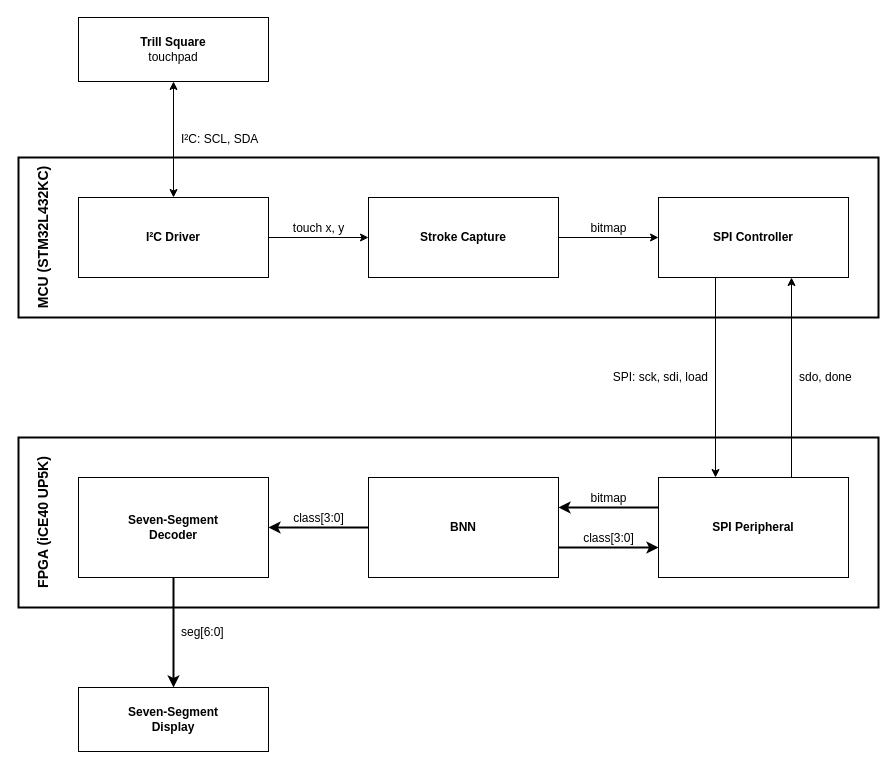
E155-Final-Project/final-project keeps this draw.io diagram as website/images/system_block.drawio. Above is the earlier version. Source tidied: cells renumbered, new cells numbered last; positions are measured from the earlier drawing's top-left corner, leaving out a move shared by most shapes. Both pictures are drawn from the tidied source at 100%, with x=0, y=0 at pixel (18, 17).
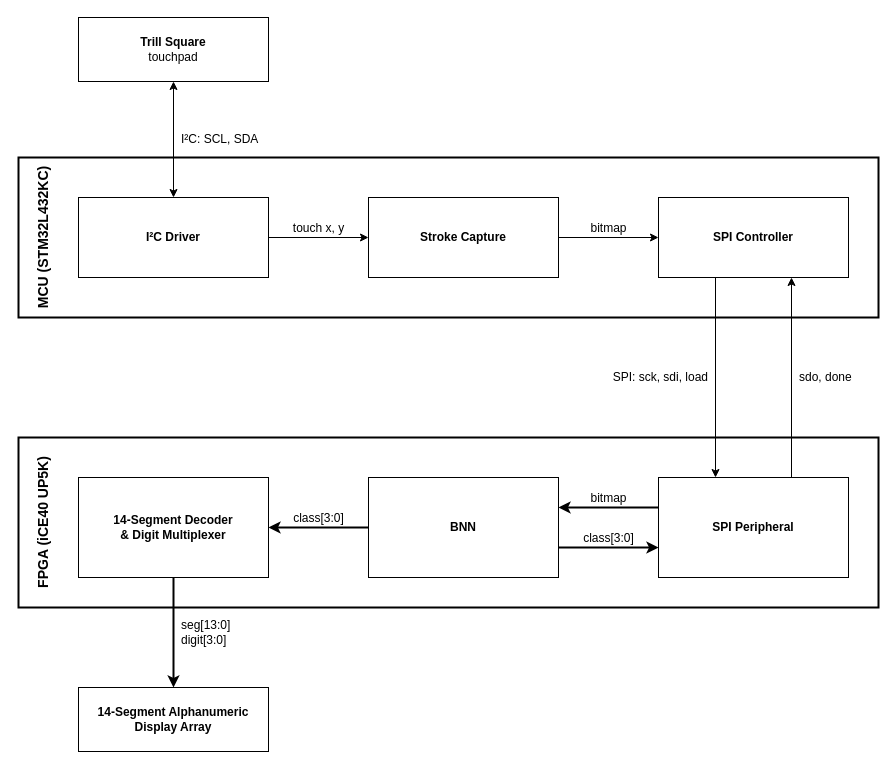
The same diagram, later.

Commit message (it also covers changes not shown here):
Update system block diagram

The change refers to these unchanged cells:
```xml
<mxCell id="7" value="FPGA (iCE40 UP5K)" style="rounded=0;whiteSpace=wrap;html=1;fillColor=none;strokeColor=#000000;strokeWidth=2;fontColor=#000000;fontFamily=Helvetica;fontSize=14;fontStyle=1;horizontal=0;verticalAlign=top;spacingTop=10;" parent="1" vertex="1">
  <mxGeometry y="420" width="860" height="170" as="geometry" />
</mxCell>
```

Diff of the diagram source:
```diff
@@
-    <mxCell id="10" value="&lt;b&gt;Seven-Segment&lt;/b&gt;&lt;br&gt;&lt;b&gt;Decoder&lt;/b&gt;" style="rounded=0;whiteSpace=wrap;html=1;fillColor=none;strokeColor=#000000;fontColor=#000000;fontFamily=Helvetica;fontSize=12;" parent="7" vertex="1">
+    <mxCell id="10" value="&lt;b&gt;14-Segment Decoder&lt;/b&gt;&lt;br&gt;&lt;b&gt;&amp;amp; Digit Multiplexer&lt;/b&gt;" style="rounded=0;whiteSpace=wrap;html=1;fillColor=none;strokeColor=#000000;fontColor=#000000;fontFamily=Helvetica;fontSize=12;" parent="7" vertex="1">
       <mxGeometry x="60" y="40" width="190" height="100" as="geometry" />
     </mxCell>
-    <mxCell id="11" value="&lt;b&gt;Seven-Segment&lt;/b&gt;&lt;br&gt;&lt;b&gt;Display&lt;/b&gt;" style="rounded=0;whiteSpace=wrap;html=1;fillColor=none;strokeColor=#000000;fontColor=#000000;fontFamily=Helvetica;fontSize=12;" parent="1" vertex="1">
+    <mxCell id="11" value="&lt;b&gt;14-Segment Alphanumeric&lt;/b&gt;&lt;br&gt;&lt;b&gt;Display Array&lt;/b&gt;" style="rounded=0;whiteSpace=wrap;html=1;fillColor=none;strokeColor=#000000;fontColor=#000000;fontFamily=Helvetica;fontSize=12;" parent="1" vertex="1">
       <mxGeometry x="60" y="670" width="190" height="64" as="geometry" />
     </mxCell>
@@
-    <mxCell id="20" value="seg[6:0]" style="edgeStyle=orthogonalEdgeStyle;rounded=0;jettySize=auto;html=1;endArrow=classic;endFill=1;strokeColor=#000000;fontColor=#000000;fontSize=12;labelBackgroundColor=none;verticalAlign=middle;align=left;spacingLeft=6;strokeWidth=2;exitX=0.5;exitY=1;exitDx=0;exitDy=0;entryX=0.5;entryY=0;entryDx=0;entryDy=0;" parent="1" edge="1" source="10" target="11">
+    <mxCell id="20" value="seg[13:0]&lt;br&gt;digit[3:0]" style="edgeStyle=orthogonalEdgeStyle;rounded=0;jettySize=auto;html=1;endArrow=classic;endFill=1;strokeColor=#000000;fontColor=#000000;fontSize=12;labelBackgroundColor=none;verticalAlign=middle;align=left;spacingLeft=6;strokeWidth=2;exitX=0.5;exitY=1;exitDx=0;exitDy=0;entryX=0.5;entryY=0;entryDx=0;entryDy=0;" parent="1" edge="1" source="10" target="11">
       <mxGeometry relative="1" as="geometry" />
     </mxCell>
```
